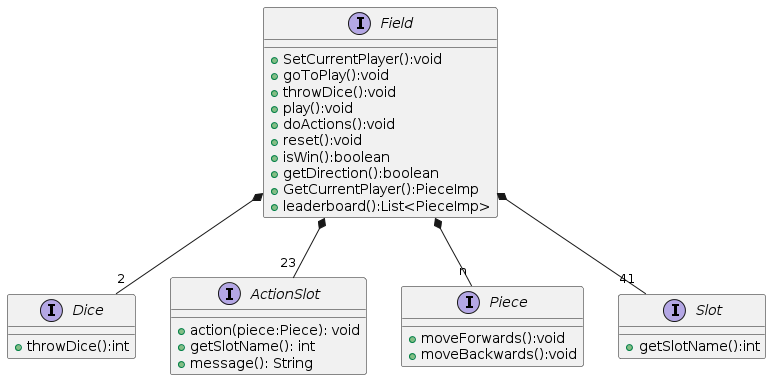
Earlier version of the PlantUML export Desktop/UML/Interfacce.png (Macca1508/Progetto_PMO).
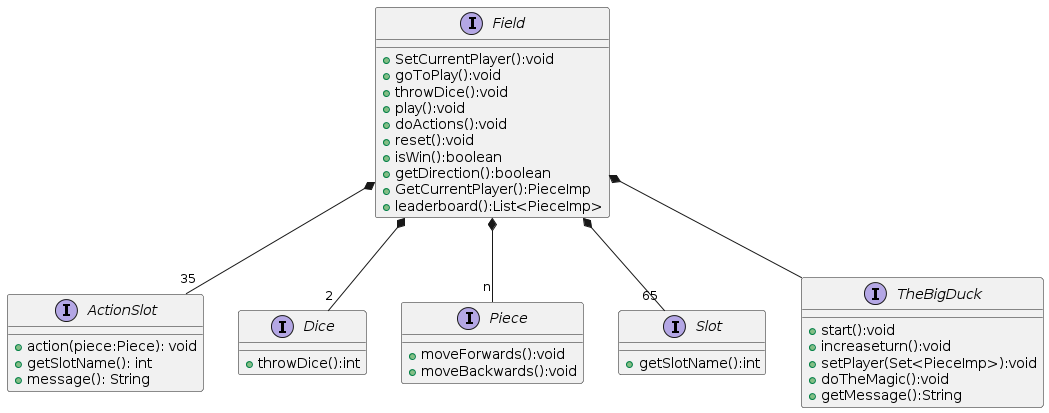
The same file after the commit.

Change to the diagram source:
```diff
@@ -1,4 +1,24 @@
 @startuml
+interface ActionSlot{
+	+action(piece:Piece): void
+	+getSlotName(): int
+	+message(): String
+}
+
+interface Dice {
+  +throwDice():int
+}
+
+interface Piece {
+	+moveForwards():void
+	+moveBackwards():void
+}
+
+interface Slot {
+  +getSlotName():int
+
+}
+
 interface Field {
   +SetCurrentPlayer():void
   +goToPlay():void
@@ -12,29 +32,17 @@
   +leaderboard():List<PieceImp>
 }
 
-interface Dice {
-  +throwDice():int
+interface TheBigDuck {
+ +start():void
+ +increaseturn():void
+ +setPlayer(Set<PieceImp>):void
+ +doTheMagic():void
+ +getMessage():String
 }
 
-interface ActionSlot{
-	+action(piece:Piece): void
-	+getSlotName(): int
-	+message(): String
-}
-
-interface Piece {
-	+moveForwards():void
-	+moveBackwards():void
-}
-
-interface Slot {
-  +getSlotName():int
-
-}
-
-
+Field *-- "35" ActionSlot
+Field *-- "65" Slot
 Field *-- "2" Dice
-Field *-- "41" Slot
 Field *-- "n" Piece
-Field *-- "23" ActionSlot
+Field *-- TheBigDuck
 @enduml
```
